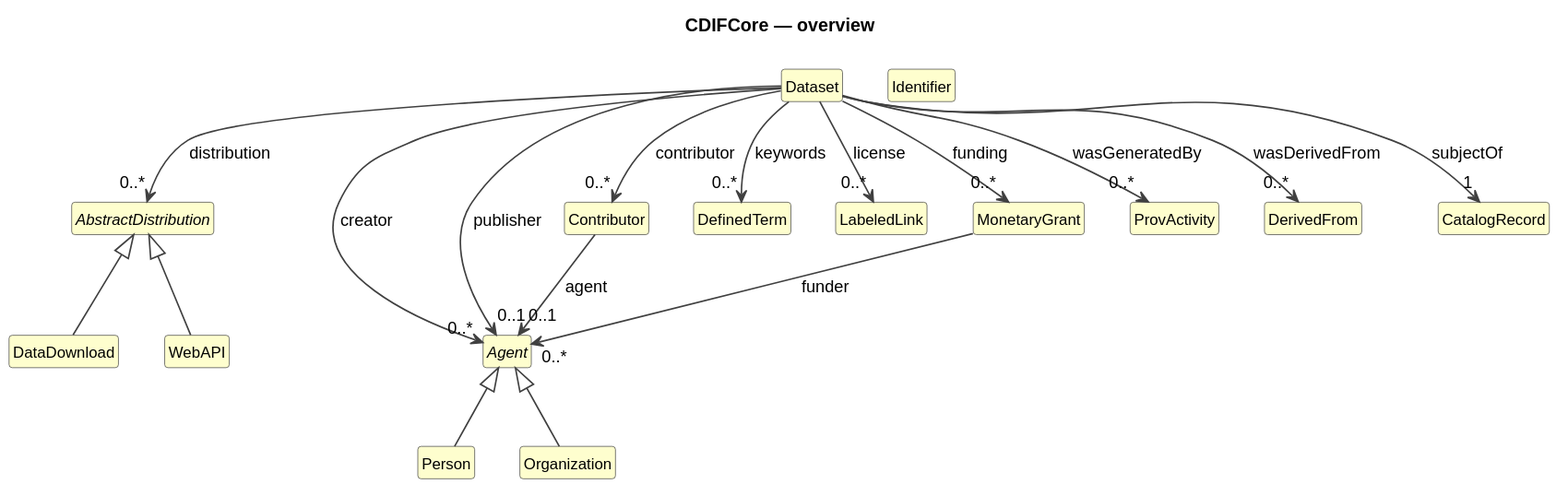
Before: build/plantuml/cdifCore/index.svg, a diagram exported from PlantUML (Cross-Domain-Interoperability-Framework/metadataBuildingBlocks).
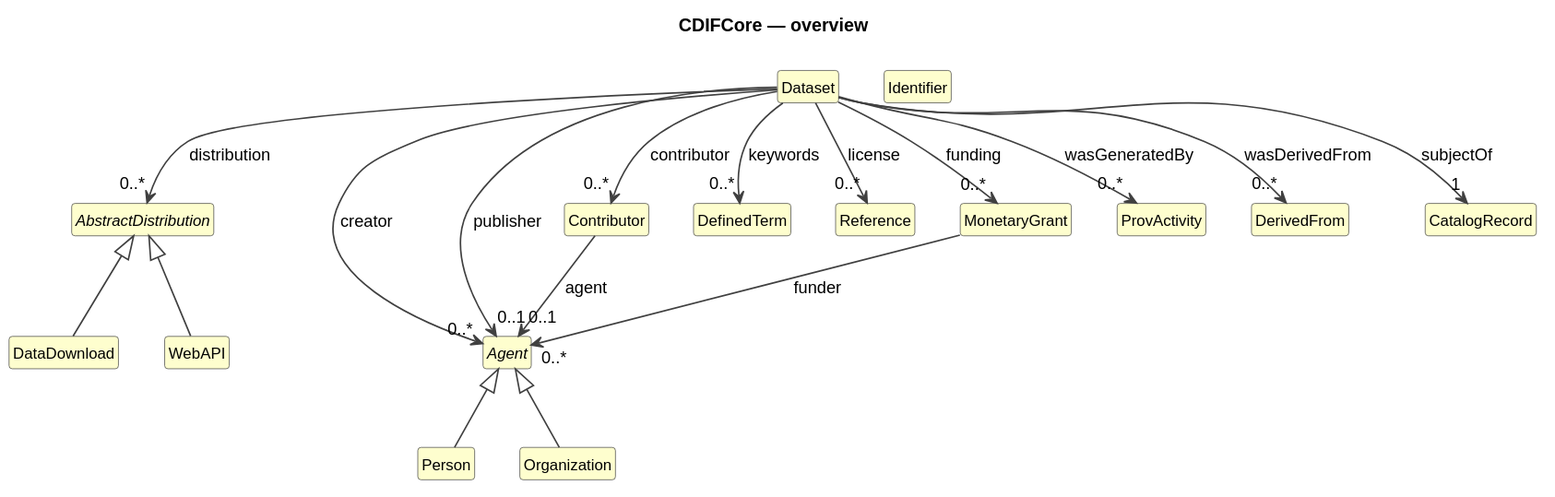
Later version of the same file.

What changed in the source:
```diff
@@ -20,7 +20,7 @@
 class "Contributor" as Contributor #FEFECE
 class "DefinedTerm" as DefinedTerm #FEFECE
 class "Identifier" as Identifier #FEFECE
-class "LabeledLink" as LabeledLink #FEFECE
+class "Reference" as Reference #FEFECE
 class "MonetaryGrant" as MonetaryGrant #FEFECE
 class "ProvActivity" as ProvActivity #FEFECE
 class "DerivedFrom" as DerivedFrom #FEFECE
@@ -38,7 +38,7 @@
 Dataset --> "0..*" DerivedFrom : wasDerivedFrom
 Dataset --> "1" CatalogRecord : subjectOf
 Dataset --> "0..*" DefinedTerm : keywords
-Dataset --> "0..*" LabeledLink : license
+Dataset --> "0..*" Reference : license
 Contributor --> "0..1" Agent : agent
 MonetaryGrant --> "0..*" Agent : funder
 @enduml
```
